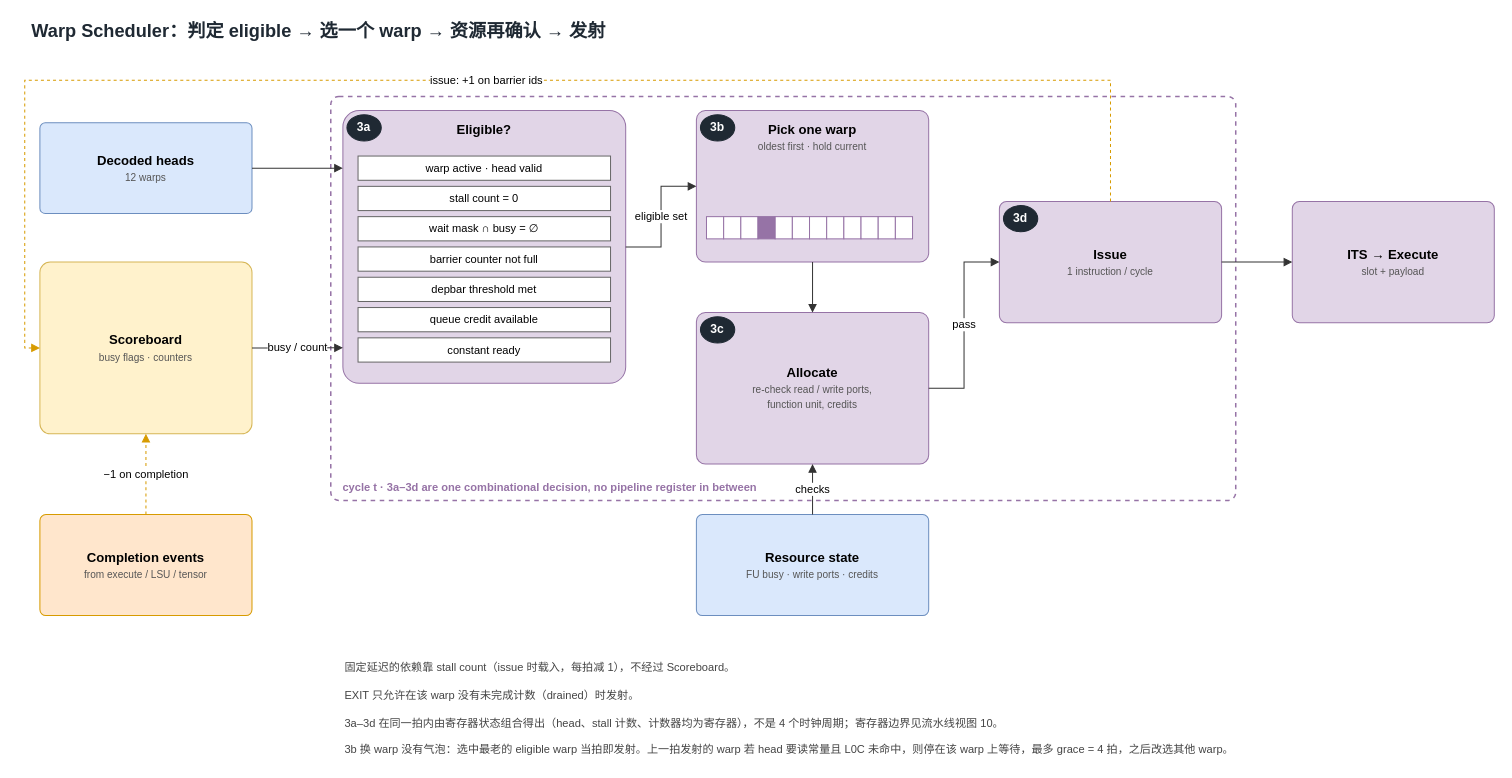
Earlier version of the draw.io diagram projects/currygpu_subcore_ppt169_20261004/sources/02-warp-scheduler.drawio (WHUDYF/PPT-generate). Source tidied: cells renumbered, new cells numbered last; positions are measured from the earlier drawing's top-left corner, leaving out a move shared by most shapes. Both pictures are drawn from the tidied source at 101%, with x=0, y=0 at pixel (24, 17).
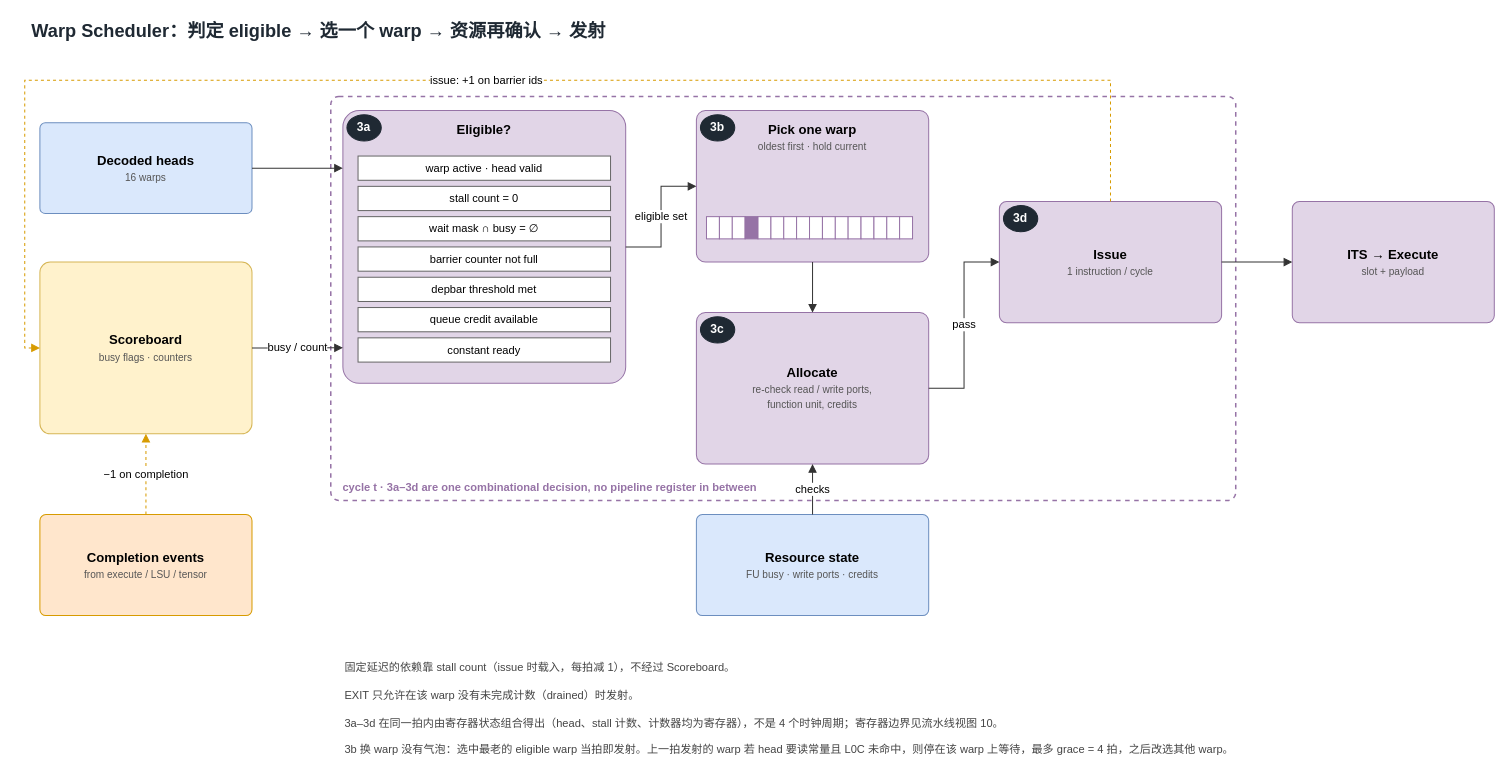
After the change.

Commit message (it also covers changes not shown here):
Show 16 warp slots per subcore in the diagrams

Change to the diagram source:
```diff
@@
-    <mxCell id="4" value="Decoded heads&lt;br&gt;&lt;font style='font-size:10px;font-weight:normal;color:#555555'&gt;12 warps&lt;/font&gt;" style="rounded=1;arcSize=6;whiteSpace=wrap;html=1;fillColor=#DAE8FC;strokeColor=#6C8EBF;fontSize=13;fontStyle=1;" parent="1" vertex="1">
+    <mxCell id="4" value="Decoded heads&lt;br&gt;&lt;font style='font-size:10px;font-weight:normal;color:#555555'&gt;16 warps&lt;/font&gt;" style="rounded=1;arcSize=6;whiteSpace=wrap;html=1;fillColor=#DAE8FC;strokeColor=#6C8EBF;fontSize=13;fontStyle=1;" parent="1" vertex="1">
       <mxGeometry x="15" y="104" width="210" height="90" as="geometry" />
     </mxCell>
@@
     <mxCell id="16" style="rounded=0;whiteSpace=wrap;html=1;fillColor=#FFFFFF;strokeColor=#9673A6;fontSize=9;" parent="1" vertex="1">
-      <mxGeometry x="675" y="197" width="17" height="22" as="geometry" />
+      <mxGeometry x="675" y="197" width="12.8" height="22" as="geometry" />
     </mxCell>
     <mxCell id="17" style="rounded=0;whiteSpace=wrap;html=1;fillColor=#FFFFFF;strokeColor=#9673A6;fontSize=9;" parent="1" vertex="1">
-      <mxGeometry x="692" y="197" width="17" height="22" as="geometry" />
+      <mxGeometry x="687.8" y="197" width="12.8" height="22" as="geometry" />
     </mxCell>
     <mxCell id="18" style="rounded=0;whiteSpace=wrap;html=1;fillColor=#FFFFFF;strokeColor=#9673A6;fontSize=9;" parent="1" vertex="1">
-      <mxGeometry x="709" y="197" width="17" height="22" as="geometry" />
+      <mxGeometry x="700.5" y="197" width="12.8" height="22" as="geometry" />
     </mxCell>
     <mxCell id="19" style="rounded=0;whiteSpace=wrap;html=1;fillColor=#9673A6;strokeColor=#9673A6;fontSize=9;" parent="1" vertex="1">
-      <mxGeometry x="726" y="197" width="17" height="22" as="geometry" />
+      <mxGeometry x="713.2" y="197" width="12.8" height="22" as="geometry" />
     </mxCell>
     <mxCell id="20" style="rounded=0;whiteSpace=wrap;html=1;fillColor=#FFFFFF;strokeColor=#9673A6;fontSize=9;" parent="1" vertex="1">
-      <mxGeometry x="743" y="197" width="17" height="22" as="geometry" />
+      <mxGeometry x="726" y="197" width="12.8" height="22" as="geometry" />
     </mxCell>
     <mxCell id="21" style="rounded=0;whiteSpace=wrap;html=1;fillColor=#FFFFFF;strokeColor=#9673A6;fontSize=9;" parent="1" vertex="1">
-      <mxGeometry x="760" y="197" width="17" height="22" as="geometry" />
+      <mxGeometry x="738.8" y="197" width="12.8" height="22" as="geometry" />
     </mxCell>
     <mxCell id="22" style="rounded=0;whiteSpace=wrap;html=1;fillColor=#FFFFFF;strokeColor=#9673A6;fontSize=9;" parent="1" vertex="1">
-      <mxGeometry x="777" y="197" width="17" height="22" as="geometry" />
+      <mxGeometry x="751.5" y="197" width="12.8" height="22" as="geometry" />
     </mxCell>
     <mxCell id="23" style="rounded=0;whiteSpace=wrap;html=1;fillColor=#FFFFFF;strokeColor=#9673A6;fontSize=9;" parent="1" vertex="1">
-      <mxGeometry x="794" y="197" width="17" height="22" as="geometry" />
+      <mxGeometry x="764.2" y="197" width="12.8" height="22" as="geometry" />
     </mxCell>
     <mxCell id="24" style="rounded=0;whiteSpace=wrap;html=1;fillColor=#FFFFFF;strokeColor=#9673A6;fontSize=9;" parent="1" vertex="1">
-      <mxGeometry x="811" y="197" width="17" height="22" as="geometry" />
+      <mxGeometry x="777" y="197" width="12.8" height="22" as="geometry" />
     </mxCell>
     <mxCell id="25" style="rounded=0;whiteSpace=wrap;html=1;fillColor=#FFFFFF;strokeColor=#9673A6;fontSize=9;" parent="1" vertex="1">
-      <mxGeometry x="828" y="197" width="17" height="22" as="geometry" />
+      <mxGeometry x="789.8" y="197" width="12.8" height="22" as="geometry" />
     </mxCell>
     <mxCell id="26" style="rounded=0;whiteSpace=wrap;html=1;fillColor=#FFFFFF;strokeColor=#9673A6;fontSize=9;" parent="1" vertex="1">
-      <mxGeometry x="845" y="197" width="17" height="22" as="geometry" />
+      <mxGeometry x="802.5" y="197" width="12.8" height="22" as="geometry" />
     </mxCell>
     <mxCell id="27" style="rounded=0;whiteSpace=wrap;html=1;fillColor=#FFFFFF;strokeColor=#9673A6;fontSize=9;" parent="1" vertex="1">
-      <mxGeometry x="862" y="197" width="17" height="22" as="geometry" />
+      <mxGeometry x="815.2" y="197" width="12.8" height="22" as="geometry" />
     </mxCell>
+    <mxCell id="49" style="rounded=0;whiteSpace=wrap;html=1;fillColor=#FFFFFF;strokeColor=#9673A6;fontSize=9;" parent="1" vertex="1">
+      <mxGeometry x="828" y="197" width="12.8" height="22" as="geometry" />
+    </mxCell>
+    <mxCell id="50" style="rounded=0;whiteSpace=wrap;html=1;fillColor=#FFFFFF;strokeColor=#9673A6;fontSize=9;" parent="1" vertex="1">
+      <mxGeometry x="840.8" y="197" width="12.8" height="22" as="geometry" />
+    </mxCell>
+    <mxCell id="51" style="rounded=0;whiteSpace=wrap;html=1;fillColor=#FFFFFF;strokeColor=#9673A6;fontSize=9;" parent="1" vertex="1">
+      <mxGeometry x="853.5" y="197" width="12.8" height="22" as="geometry" />
+    </mxCell>
+    <mxCell id="52" style="rounded=0;whiteSpace=wrap;html=1;fillColor=#FFFFFF;strokeColor=#9673A6;fontSize=9;" parent="1" vertex="1">
+      <mxGeometry x="866.2" y="197" width="12.8" height="22" as="geometry" />
+    </mxCell>
```
